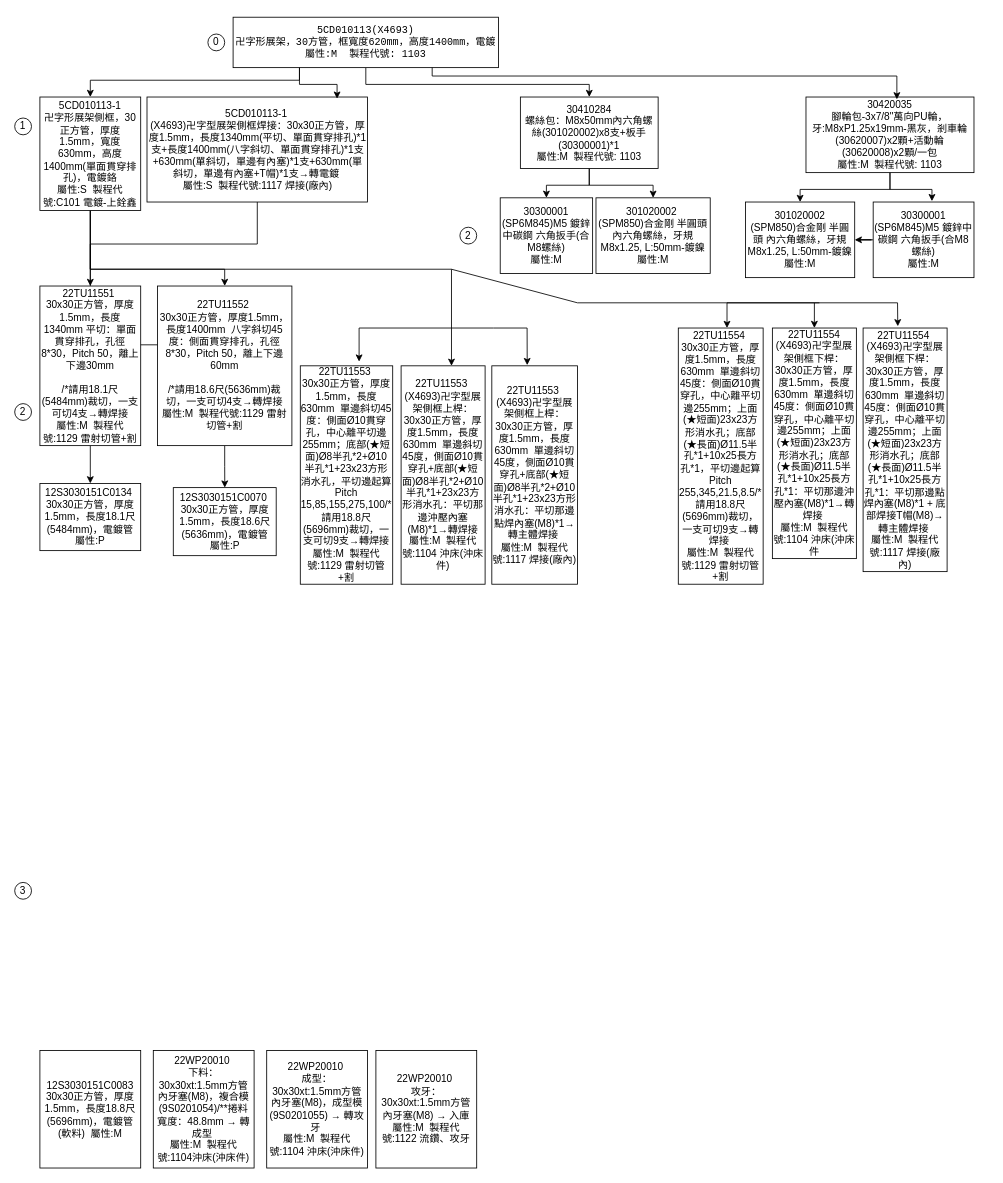
Bear9501/box-1 keeps this draw.io diagram as 未命名绘图.drawio. Above is the earlier version. Source tidied: cells renumbered, new cells numbered last; positions are measured from the earlier drawing's top-left corner, leaving out a move shared by most shapes. Both pictures are drawn from the tidied source at 84%, with x=0, y=0 at pixel (14, 17).
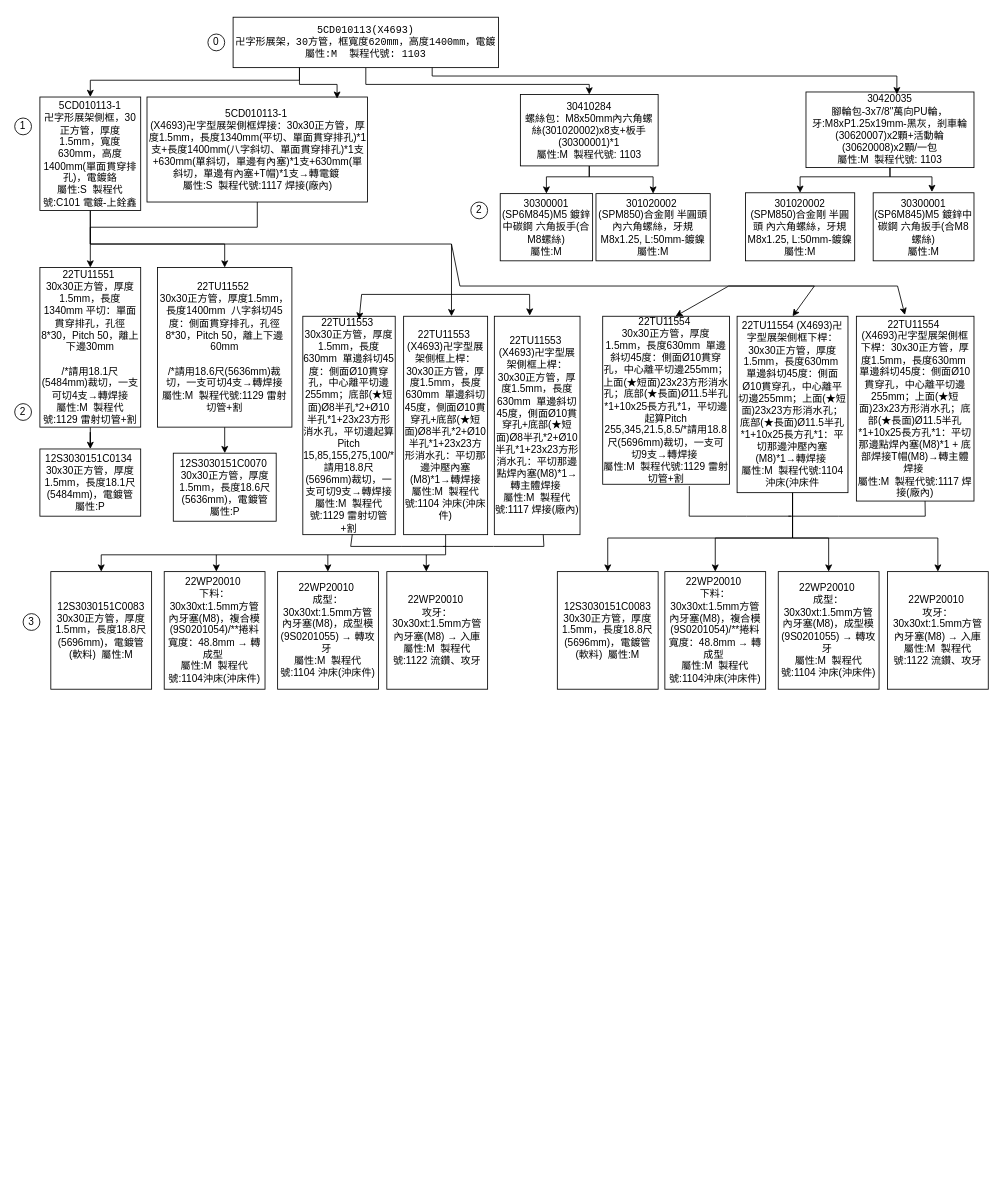
Above is the later version.

Commit message (it also covers changes not shown here):
更新未命名绘图.drawio

The change refers to these unchanged cells:
```xml
<mxCell id="8" value="5CD010113-1&lt;div&gt;卍字形展架側框，30正方管，厚度1.5mm，寬度630mm，高度1400mm(單面貫穿排孔)，電鍍鉻&lt;br&gt;&lt;/div&gt;&lt;div&gt;屬性:S&amp;nbsp; 製程代號:C101 電鍍-上銓鑫&lt;br&gt;&lt;/div&gt;" style="rounded=0;whiteSpace=wrap;html=1;" parent="1" vertex="1">
  <mxGeometry x="30" y="95" width="120" height="135" as="geometry" />
</mxCell>
<mxCell id="35" value="5CD010113-1&amp;nbsp;&lt;div&gt;(X4693)卍字型展架側框焊接：30x30正方管，厚度1.5mm，長度1340mm(平切、單面貫穿排孔)*1支+長度1400mm(八字斜切、單面貫穿排孔)*1支+630mm(單斜切，單邊有內塞)*1支+630mm(單斜切，單邊有內塞+T帽)*1支→轉電鍍&amp;nbsp;&lt;/div&gt;&lt;div&gt;屬性:S&amp;nbsp; 製程代號:1117 焊接(廠內)&lt;/div&gt;" style="rounded=0;whiteSpace=wrap;html=1;" parent="1" vertex="1">
  <mxGeometry x="157.5" y="95" width="262.5" height="125" as="geometry" />
</mxCell>
```

Change to the diagram source:
```diff
@@
-    <mxCell id="5" style="edgeStyle=orthogonalEdgeStyle;rounded=0;jettySize=auto;html=1;entryX=0.5;entryY=0;entryDx=0;entryDy=0;" parent="1" edge="1" source="8" target="23">
-      <mxGeometry relative="1" as="geometry">
-        <Array as="points">
-          <mxPoint x="90" y="390" />
-          <mxPoint x="250" y="390" />
-        </Array>
-      </mxGeometry>
-    </mxCell>
     <mxCell id="6" style="edgeStyle=orthogonalEdgeStyle;rounded=0;jettySize=auto;html=1;entryX=0.5;entryY=0;entryDx=0;entryDy=0;" parent="1" edge="1" source="8" target="23">
       <mxGeometry relative="1" as="geometry">
         <Array as="points">
-          <mxPoint x="90" y="300" />
-          <mxPoint x="250" y="300" />
+          <mxPoint x="90" y="270" />
+          <mxPoint x="250" y="270" />
         </Array>
       </mxGeometry>
     </mxCell>
     <mxCell id="7" style="edgeStyle=orthogonalEdgeStyle;rounded=0;jettySize=auto;html=1;" parent="1" edge="1" source="8" target="32">
       <mxGeometry relative="1" as="geometry">
         <Array as="points">
-          <mxPoint x="90" y="300" />
-          <mxPoint x="520" y="300" />
+          <mxPoint x="90" y="270" />
+          <mxPoint x="520" y="270" />
         </Array>
       </mxGeometry>
     </mxCell>
@@
     <mxCell id="9" style="edgeStyle=orthogonalEdgeStyle;rounded=0;jettySize=auto;html=1;entryX=0.5;entryY=0;entryDx=0;entryDy=0;" parent="1" edge="1" source="11" target="17">
-      <mxGeometry relative="1" as="geometry" />
+      <mxGeometry relative="1" as="geometry">
+        <Array as="points">
+          <mxPoint x="684" y="190" />
+          <mxPoint x="760" y="190" />
+        </Array>
+      </mxGeometry>
     </mxCell>
     <mxCell id="10" style="edgeStyle=orthogonalEdgeStyle;rounded=0;jettySize=auto;html=1;entryX=0.5;entryY=0;entryDx=0;entryDy=0;" parent="1" edge="1" source="11" target="18">
-      <mxGeometry relative="1" as="geometry" />
+      <mxGeometry relative="1" as="geometry">
+        <Array as="points">
+          <mxPoint x="684" y="190" />
+          <mxPoint x="633" y="190" />
+        </Array>
+      </mxGeometry>
     </mxCell>
     <mxCell id="11" value="&lt;p&gt;30410284&lt;br&gt;螺絲包：M8x50mm內六角螺絲(301020002)x8支+板手(30300001)*1&lt;br&gt;屬性:M&amp;nbsp; 製程代號: 1103&lt;/p&gt;" style="rounded=0;whiteSpace=wrap;html=1;" parent="1" vertex="1">
-      <mxGeometry x="602" y="95" width="164" height="85" as="geometry" />
+      <mxGeometry x="602" y="92" width="164" height="85" as="geometry" />
     </mxCell>
     <mxCell id="12" style="edgeStyle=orthogonalEdgeStyle;rounded=0;jettySize=auto;html=1;exitX=0.5;exitY=1;exitDx=0;exitDy=0;entryX=0.5;entryY=0;entryDx=0;entryDy=0;" parent="1" edge="1" source="13" target="14">
-      <mxGeometry relative="1" as="geometry" />
+      <mxGeometry relative="1" as="geometry">
+        <Array as="points">
+          <mxPoint x="1042" y="190" />
+          <mxPoint x="935" y="190" />
+        </Array>
+      </mxGeometry>
     </mxCell>
     <mxCell id="13" value="30420035&lt;div&gt;腳輪包-3x7/8&quot;萬向PU輪，牙:M8xP1.25x19mm-黑灰，剎車輪(30620007)x2顆+活動輪(30620008)x2顆/一包&lt;br&gt;&lt;/div&gt;&lt;div&gt;屬性:M&amp;nbsp; 製程代號: 1103&lt;br&gt;&lt;/div&gt;" style="rounded=0;whiteSpace=wrap;html=1;" parent="1" vertex="1">
-      <mxGeometry x="942" y="95" width="200" height="90" as="geometry" />
+      <mxGeometry x="942" y="89" width="200" height="90" as="geometry" />
     </mxCell>
     <mxCell id="14" value="301020002&lt;div&gt;(SPM850)合金剛 半圓頭 內六角螺絲，牙規M8x1.25, L:50mm-鍍鎳&lt;br&gt;&lt;/div&gt;&lt;div&gt;屬性:M&lt;br&gt;&lt;/div&gt;" style="rounded=0;whiteSpace=wrap;html=1;" parent="1" vertex="1">
-      <mxGeometry x="870" y="220" width="130" height="90" as="geometry" />
+      <mxGeometry x="870" y="209" width="130" height="81" as="geometry" />
     </mxCell>
-    <mxCell id="15" style="edgeStyle=orthogonalEdgeStyle;rounded=0;jettySize=auto;html=1;" parent="1" edge="1" source="16" target="14">
-      <mxGeometry relative="1" as="geometry" />
-    </mxCell>
     <mxCell id="16" value="30300001&lt;div&gt;(SP6M845)M5 鍍鋅中碳鋼 六角扳手(合M8螺絲)&lt;br&gt;&lt;/div&gt;&lt;div&gt;屬性:M&lt;br&gt;&lt;/div&gt;" style="rounded=0;whiteSpace=wrap;html=1;" parent="1" vertex="1">
-      <mxGeometry x="1022" y="220" width="120" height="90" as="geometry" />
+      <mxGeometry x="1022" y="209" width="120" height="81" as="geometry" />
     </mxCell>
     <mxCell id="17" value="301020002&amp;nbsp;&lt;div&gt;(SPM850)合金剛 半圓頭 內六角螺絲，牙規M8x1.25, L:50mm-鍍鎳&lt;/div&gt;&lt;div&gt;屬性:M&lt;br&gt;&lt;/div&gt;" style="rounded=0;whiteSpace=wrap;html=1;" parent="1" vertex="1">
-      <mxGeometry x="692" y="215" width="136" height="90" as="geometry" />
+      <mxGeometry x="692" y="210" width="136" height="80" as="geometry" />
     </mxCell>
     <mxCell id="18" value="30300001 (SP6M845)M5 鍍鋅中碳鋼 六角扳手(合M8螺絲)&lt;div&gt;屬性:M&lt;br&gt;&lt;/div&gt;" style="rounded=0;whiteSpace=wrap;html=1;" parent="1" vertex="1">
-      <mxGeometry x="578" y="215" width="110" height="90" as="geometry" />
+      <mxGeometry x="578" y="210" width="110" height="80" as="geometry" />
     </mxCell>
     <mxCell id="19" style="edgeStyle=orthogonalEdgeStyle;rounded=0;jettySize=auto;html=1;entryX=0.583;entryY=-0.011;entryDx=0;entryDy=0;entryPerimeter=0;" parent="1" edge="1" source="13" target="16">
-      <mxGeometry relative="1" as="geometry" />
+      <mxGeometry relative="1" as="geometry">
+        <Array as="points">
+          <mxPoint x="1042" y="190" />
+          <mxPoint x="1092" y="190" />
+        </Array>
+      </mxGeometry>
     </mxCell>
@@
     <mxCell id="21" value="22TU11551&amp;nbsp;&lt;div&gt;30x30正方管，厚度1.5mm，長度1340mm 平切：單面貫穿排孔，孔徑8*30，Pitch 50，離上下邊30mm&lt;/div&gt;&lt;div&gt;&lt;br&gt;&lt;/div&gt;&lt;div&gt;/*&lt;span style=&quot;background-color: initial;&quot;&gt;請用18.1尺(5484mm)裁切，一支可切4支→轉焊接&lt;/span&gt;&lt;/div&gt;&lt;div&gt;&lt;span style=&quot;background-color: initial;&quot;&gt;屬性:M&amp;nbsp; 製程代號:1129 雷射切管+割&lt;/span&gt;&lt;/div&gt;" style="rounded=0;whiteSpace=wrap;html=1;" parent="1" vertex="1">
-      <mxGeometry x="30" y="320" width="120" height="190" as="geometry" />
+      <mxGeometry x="30" y="298" width="120" height="190" as="geometry" />
     </mxCell>
@@
     <mxCell id="23" value="22TU11552&amp;nbsp;&lt;div&gt;30x30正方管，厚度1.5mm，長度1400mm&amp;nbsp; 八字斜切45度：側面貫穿排孔，孔徑8*30，Pitch 50，離上下邊60mm&lt;/div&gt;&lt;div&gt;&lt;br&gt;&lt;/div&gt;&lt;div&gt;/*&lt;span style=&quot;background-color: initial;&quot;&gt;請用18.6尺(5636mm)裁切，一支可切4支→轉焊接&lt;/span&gt;&lt;/div&gt;&lt;div&gt;&lt;span style=&quot;background-color: initial;&quot;&gt;屬性:M&amp;nbsp; 製程代號:1129 雷射切管+割&lt;/span&gt;&lt;/div&gt;" style="rounded=0;whiteSpace=wrap;html=1;" parent="1" vertex="1">
-      <mxGeometry x="170" y="320" width="160" height="190" as="geometry" />
+      <mxGeometry x="170" y="298" width="160" height="190" as="geometry" />
     </mxCell>
     <mxCell id="24" value="12S3030151C0134&amp;nbsp;&lt;div&gt;30x30正方管，厚度1.5mm，長度18.1尺(5484mm)，電鍍管&lt;/div&gt;&lt;div&gt;屬性:P&lt;/div&gt;" style="rounded=0;whiteSpace=wrap;html=1;align=center;" parent="1" vertex="1">
-      <mxGeometry x="30" y="555" width="120" height="80" as="geometry" />
+      <mxGeometry x="30" y="514" width="120" height="80" as="geometry" />
     </mxCell>
     <mxCell id="25" value="12S3030151C0070&amp;nbsp;&lt;div&gt;30x30正方管，厚度1.5mm，長度18.6尺(5636mm)，電鍍管&lt;/div&gt;&lt;div&gt;屬性:P&lt;/div&gt;" style="rounded=0;whiteSpace=wrap;html=1;" parent="1" vertex="1">
-      <mxGeometry x="188.8" y="560" width="122.5" height="81" as="geometry" />
+      <mxGeometry x="188.8" y="519" width="122.5" height="81" as="geometry" />
     </mxCell>
@@
     <mxCell id="28" value="2" style="ellipse;whiteSpace=wrap;html=1;" parent="1" vertex="1">
-      <mxGeometry x="530" y="250" width="20" height="20" as="geometry" />
+      <mxGeometry x="543" y="220" width="20" height="20" as="geometry" />
     </mxCell>
@@
     <mxCell id="30" value="3" style="ellipse;whiteSpace=wrap;html=1;" parent="1" vertex="1">
-      <mxGeometry y="1030" width="20" height="20" as="geometry" />
+      <mxGeometry x="10" y="710" width="20" height="20" as="geometry" />
     </mxCell>
     <mxCell id="31" value="&lt;div&gt;22TU11553&amp;nbsp;&lt;/div&gt;&lt;div&gt;30x30正方管，厚度1.5mm，長度630mm&amp;nbsp; 單邊斜切45度：側面Ø10貫穿孔，中心離平切邊255mm；底部(★短面)Ø8半孔*2+Ø10半孔*1+23x23方形消水孔，平切邊起算Pitch 15,85,155,275,100/*請用18.8尺(5696mm)裁切，一支可切9支→轉焊接 屬性:M&amp;nbsp; 製程代號:1129 雷射切管+割&lt;/div&gt;" style="rounded=0;whiteSpace=wrap;html=1;align=center;" parent="1" vertex="1">
-      <mxGeometry x="340" y="415" width="110" height="260" as="geometry" />
+      <mxGeometry x="343" y="356" width="110" height="260" as="geometry" />
     </mxCell>
+    <mxCell id="50" style="edgeStyle=orthogonalEdgeStyle;rounded=0;jettySize=auto;html=1;entryX=0.5;entryY=0;entryDx=0;entryDy=0;" parent="1" edge="1" source="32" target="41">
+      <mxGeometry relative="1" as="geometry">
+        <Array as="points">
+          <mxPoint x="513" y="640" />
+          <mxPoint x="103" y="640" />
+        </Array>
+      </mxGeometry>
+    </mxCell>
     <mxCell id="32" value="22TU11553&amp;nbsp;&lt;div&gt;(X4693)卍字型展架側框上桿：30x30正方管，厚度1.5mm，長度630mm&amp;nbsp; 單邊斜切45度，側面Ø10貫穿孔+底部(★短面)Ø8半孔*2+Ø10半孔*1+23x23方形消水孔：平切那邊沖壓內塞(M8)*1→轉焊接 屬性:M&amp;nbsp; 製程代號:1104 沖床(沖床件)&lt;/div&gt;" style="rounded=0;whiteSpace=wrap;html=1;" parent="1" vertex="1">
-      <mxGeometry x="460" y="415" width="100" height="260" as="geometry" />
+      <mxGeometry x="463" y="356" width="100" height="260" as="geometry" />
     </mxCell>
     <mxCell id="33" value="22TU11553&amp;nbsp;&lt;div&gt;(X4693)卍字型展架側框上桿：30x30正方管，厚度1.5mm，長度630mm&amp;nbsp; 單邊斜切45度，側面Ø10貫穿孔+底部(★短面)Ø8半孔*2+Ø10半孔*1+23x23方形消水孔：平切那邊點焊內塞(M8)*1→轉主體焊接&amp;nbsp;&lt;/div&gt;&lt;div&gt;屬性:M&amp;nbsp; 製程代號:1117 焊接(廠內)&lt;/div&gt;" style="rounded=0;whiteSpace=wrap;html=1;" parent="1" vertex="1">
-      <mxGeometry x="568" y="415" width="102" height="260" as="geometry" />
+      <mxGeometry x="571" y="356" width="102" height="260" as="geometry" />
     </mxCell>
     <mxCell id="34" style="edgeStyle=orthogonalEdgeStyle;rounded=0;jettySize=auto;html=1;entryX=0.5;entryY=0;entryDx=0;entryDy=0;" parent="1" edge="1" source="35" target="21">
       <mxGeometry relative="1" as="geometry">
         <Array as="points">
-          <mxPoint x="289" y="270" />
-          <mxPoint x="90" y="270" />
+          <mxPoint x="289" y="250" />
+          <mxPoint x="90" y="250" />
         </Array>
       </mxGeometry>
     </mxCell>
@@
     <mxCell id="38" value="&lt;div&gt;22TU11554&amp;nbsp;&lt;/div&gt;&lt;div&gt;30x30正方管，厚度1.5mm，長度630mm&amp;nbsp; 單邊斜切45度：側面Ø10貫穿孔，中心離平切邊255mm；上面(★短面)23x23方形消水孔；底部(★長面)Ø11.5半孔*1+10x25長方孔*1，平切邊起算Pitch 255,345,21.5,8.5/*請用18.8尺(5696mm)裁切，一支可切9支→轉焊接&amp;nbsp;&lt;/div&gt;&lt;div&gt;屬性:M&amp;nbsp; 製程代號:1129 雷射切管+割&lt;/div&gt;" style="rounded=0;whiteSpace=wrap;html=1;" parent="1" vertex="1">
-      <mxGeometry x="790" y="370" width="101" height="305" as="geometry" />
+      <mxGeometry x="700" y="356" width="151" height="200" as="geometry" />
     </mxCell>
+    <mxCell id="51" style="edgeStyle=orthogonalEdgeStyle;rounded=0;jettySize=auto;html=1;" parent="1" edge="1" source="39" target="60">
+      <mxGeometry relative="1" as="geometry">
+        <Array as="points">
+          <mxPoint x="926" y="620" />
+          <mxPoint x="706" y="620" />
+        </Array>
+      </mxGeometry>
+    </mxCell>
+    <mxCell id="52" style="edgeStyle=orthogonalEdgeStyle;rounded=0;jettySize=auto;html=1;entryX=0.5;entryY=0;entryDx=0;entryDy=0;" parent="1" edge="1" source="39" target="62">
+      <mxGeometry relative="1" as="geometry">
+        <Array as="points">
+          <mxPoint x="926" y="620" />
+          <mxPoint x="969" y="620" />
+        </Array>
+      </mxGeometry>
+    </mxCell>
+    <mxCell id="53" style="edgeStyle=orthogonalEdgeStyle;rounded=0;jettySize=auto;html=1;" parent="1" edge="1" source="39" target="63">
+      <mxGeometry relative="1" as="geometry">
+        <Array as="points">
+          <mxPoint x="926" y="620" />
+          <mxPoint x="1099" y="620" />
+        </Array>
+      </mxGeometry>
+    </mxCell>
+    <mxCell id="54" style="edgeStyle=orthogonalEdgeStyle;rounded=0;jettySize=auto;html=1;entryX=0.5;entryY=0;entryDx=0;entryDy=0;" parent="1" edge="1" source="39" target="61">
+      <mxGeometry relative="1" as="geometry">
+        <Array as="points">
+          <mxPoint x="926" y="620" />
+          <mxPoint x="834" y="620" />
+        </Array>
+      </mxGeometry>
+    </mxCell>
     <mxCell id="39" value="&lt;div&gt;22TU11554 (X4693)卍字型展架側框下桿：30x30正方管，厚度1.5mm，長度630mm&amp;nbsp; 單邊斜切45度：側面Ø10貫穿孔，中心離平切邊255mm；上面(★短面)23x23方形消水孔；底部(★長面)Ø11.5半孔*1+10x25長方孔*1：平切那邊沖壓內塞(M8)*1→轉焊接&amp;nbsp;&lt;/div&gt;&lt;div&gt;屬性:M&amp;nbsp; 製程代號:1104 沖床(沖床件&lt;/div&gt;" style="rounded=0;whiteSpace=wrap;html=1;" parent="1" vertex="1">
-      <mxGeometry x="902" y="370" width="100" height="274.5" as="geometry" />
+      <mxGeometry x="860" y="356" width="132" height="210" as="geometry" />
     </mxCell>
     <mxCell id="40" value="22TU11554&amp;nbsp;&lt;div&gt;(X4693)卍字型展架側框下桿：30x30正方管，厚度1.5mm，長度630mm&amp;nbsp; 單邊斜切45度：側面Ø10貫穿孔，中心離平切邊255mm；上面(★短面)23x23方形消水孔；底部(★長面)Ø11.5半孔*1+10x25長方孔*1：平切那邊點焊內塞(M8)*1 + 底部焊接T帽(M8)→轉主體焊接&amp;nbsp;&lt;/div&gt;&lt;div&gt;屬性:M&amp;nbsp; 製程代號:1117 焊接(廠內)&lt;/div&gt;" style="rounded=0;whiteSpace=wrap;html=1;" parent="1" vertex="1">
-      <mxGeometry x="1010" y="370" width="100" height="290" as="geometry" />
+      <mxGeometry x="1002" y="356" width="140" height="220" as="geometry" />
     </mxCell>
     <mxCell id="41" value="12S3030151C0083&lt;div&gt;30x30正方管，厚度1.5mm，長度18.8尺(5696mm)，電鍍管(軟料)&amp;nbsp;&amp;nbsp;屬性:M&lt;br&gt;&lt;/div&gt;" style="rounded=0;whiteSpace=wrap;html=1;" parent="1" vertex="1">
-      <mxGeometry x="30" y="1230" width="120" height="140" as="geometry" />
+      <mxGeometry x="43" y="660" width="120" height="140" as="geometry" />
     </mxCell>
     <mxCell id="42" value="22WP20010&amp;nbsp;&lt;div&gt;下料：30x30xt:1.5mm方管內牙塞(M8)，複合模(9S0201054)/**捲料寬度：48.8mm → 轉成型&amp;nbsp;&lt;/div&gt;&lt;div&gt;屬性:M&amp;nbsp; 製程代號:1104沖床(沖床件)&lt;/div&gt;" style="rounded=0;whiteSpace=wrap;html=1;" parent="1" vertex="1">
-      <mxGeometry x="165" y="1230" width="120" height="140" as="geometry" />
+      <mxGeometry x="178" y="660" width="120" height="140" as="geometry" />
     </mxCell>
     <mxCell id="43" value="22WP20010&amp;nbsp;&lt;div&gt;成型：30x30xt:1.5mm方管內牙塞(M8)，成型模(9S0201055) → 轉攻牙&amp;nbsp;&lt;/div&gt;&lt;div&gt;屬性:M&amp;nbsp; 製程代號:1104 沖床(沖床件)&lt;/div&gt;" style="rounded=0;whiteSpace=wrap;html=1;" parent="1" vertex="1">
-      <mxGeometry x="300" y="1230" width="120" height="140" as="geometry" />
+      <mxGeometry x="313" y="660" width="120" height="140" as="geometry" />
     </mxCell>
     <mxCell id="44" value="22WP20010&amp;nbsp;&lt;div&gt;攻牙：30x30xt:1.5mm方管內牙塞(M8) → 入庫 屬性:M&amp;nbsp; 製程代號:1122 流鑽、攻牙&lt;/div&gt;" style="rounded=0;whiteSpace=wrap;html=1;" parent="1" vertex="1">
-      <mxGeometry x="430" y="1230" width="120" height="140" as="geometry" />
+      <mxGeometry x="443" y="660" width="120" height="140" as="geometry" />
     </mxCell>
     <mxCell id="45" style="endArrow=classic;html=1;rounded=0;entryX=0.413;entryY=-0.007;entryDx=0;entryDy=0;entryPerimeter=0;" parent="1" edge="1" target="40">
       <mxGeometry relative="1" as="geometry">
-        <mxPoint x="952" y="340" as="sourcePoint" />
+        <mxPoint x="950" y="320" as="sourcePoint" />
         <Array as="points">
-          <mxPoint x="1051" y="340" />
+          <mxPoint x="1051" y="320" />
         </Array>
       </mxGeometry>
     </mxCell>
     <mxCell id="46" style="endArrow=classic;html=1;rounded=0;entryX=0.574;entryY=0;entryDx=0;entryDy=0;entryPerimeter=0;" parent="1" edge="1" target="38">
       <mxGeometry relative="1" as="geometry">
-        <mxPoint x="958" y="340" as="sourcePoint" />
+        <mxPoint x="950" y="320" as="sourcePoint" />
         <Array as="points">
-          <mxPoint x="848" y="340" />
+          <mxPoint x="850" y="320" />
         </Array>
       </mxGeometry>
     </mxCell>
     <mxCell id="47" style="endArrow=classic;html=1;rounded=0;entryX=0.413;entryY=-0.003;entryDx=0;entryDy=0;entryPerimeter=0;" parent="1" edge="1" target="33">
       <mxGeometry relative="1" as="geometry">
-        <mxPoint x="520" y="370" as="sourcePoint" />
+        <mxPoint x="523" y="330" as="sourcePoint" />
         <Array as="points">
-          <mxPoint x="570" y="370" />
-          <mxPoint x="610" y="370" />
+          <mxPoint x="573" y="330" />
+          <mxPoint x="613" y="330" />
         </Array>
       </mxGeometry>
     </mxCell>
     <mxCell id="48" style="endArrow=classic;html=1;rounded=0;" parent="1" edge="1">
       <mxGeometry relative="1" as="geometry">
-        <mxPoint x="520" y="370" as="sourcePoint" />
-        <mxPoint x="410" y="410" as="targetPoint" />
+        <mxPoint x="523" y="330" as="sourcePoint" />
+        <mxPoint x="410" y="360" as="targetPoint" />
         <Array as="points">
-          <mxPoint x="410" y="370" />
+          <mxPoint x="413" y="330" />
         </Array>
       </mxGeometry>
     </mxCell>
     <mxCell id="49" style="endArrow=classic;html=1;rounded=0;entryX=0.5;entryY=0;entryDx=0;entryDy=0;" parent="1" edge="1" target="39">
       <mxGeometry relative="1" as="geometry">
-        <mxPoint x="520" y="300" as="sourcePoint" />
+        <mxPoint x="520" y="270" as="sourcePoint" />
         <Array as="points">
-          <mxPoint x="670" y="340" />
-          <mxPoint x="952" y="340" />
+          <mxPoint x="530" y="320" />
+          <mxPoint x="952" y="320" />
         </Array>
       </mxGeometry>
     </mxCell>
+    <mxCell id="55" style="endArrow=none;html=1;rounded=0;" parent="1" edge="1" target="33">
+      <mxGeometry relative="1" as="geometry">
+        <mxPoint x="510" y="630" as="sourcePoint" />
+        <Array as="points">
+          <mxPoint x="570" y="630" />
+          <mxPoint x="630" y="630" />
+        </Array>
+      </mxGeometry>
+    </mxCell>
+    <mxCell id="56" style="endArrow=none;html=1;rounded=0;exitX=0.535;exitY=0.999;exitDx=0;exitDy=0;exitPerimeter=0;" parent="1" edge="1" source="31">
+      <mxGeometry relative="1" as="geometry">
+        <mxPoint x="513" y="630" as="targetPoint" />
+        <Array as="points">
+          <mxPoint x="400" y="630" />
+          <mxPoint x="460" y="630" />
+        </Array>
+      </mxGeometry>
+    </mxCell>
+    <mxCell id="57" style="endArrow=classic;html=1;rounded=0;entryX=0.517;entryY=0;entryDx=0;entryDy=0;entryPerimeter=0;" parent="1" edge="1" target="42">
+      <mxGeometry relative="1" as="geometry">
+        <mxPoint x="240" y="640" as="sourcePoint" />
+      </mxGeometry>
+    </mxCell>
+    <mxCell id="58" style="endArrow=classic;html=1;rounded=0;" parent="1" edge="1">
+      <mxGeometry relative="1" as="geometry">
+        <mxPoint x="372.8" y="640" as="sourcePoint" />
+        <mxPoint x="372.8" y="660" as="targetPoint" />
+      </mxGeometry>
+    </mxCell>
+    <mxCell id="59" style="endArrow=classic;html=1;rounded=0;" parent="1" edge="1">
+      <mxGeometry relative="1" as="geometry">
+        <mxPoint x="490" y="640" as="sourcePoint" />
+        <mxPoint x="490" y="660" as="targetPoint" />
+      </mxGeometry>
+    </mxCell>
+    <mxCell id="60" value="12S3030151C0083&lt;div&gt;30x30正方管，厚度1.5mm，長度18.8尺(5696mm)，電鍍管(軟料)&amp;nbsp;&amp;nbsp;屬性:M&lt;br&gt;&lt;/div&gt;" style="rounded=0;whiteSpace=wrap;html=1;" parent="1" vertex="1">
+      <mxGeometry x="646" y="660" width="120" height="140" as="geometry" />
+    </mxCell>
+    <mxCell id="61" value="22WP20010&amp;nbsp;&lt;div&gt;下料：30x30xt:1.5mm方管內牙塞(M8)，複合模(9S0201054)/**捲料寬度：48.8mm → 轉成型&amp;nbsp;&lt;/div&gt;&lt;div&gt;屬性:M&amp;nbsp; 製程代號:1104沖床(沖床件)&lt;/div&gt;" style="rounded=0;whiteSpace=wrap;html=1;" parent="1" vertex="1">
+      <mxGeometry x="774" y="660" width="120" height="140" as="geometry" />
+    </mxCell>
+    <mxCell id="62" value="22WP20010&amp;nbsp;&lt;div&gt;成型：30x30xt:1.5mm方管內牙塞(M8)，成型模(9S0201055) → 轉攻牙&amp;nbsp;&lt;/div&gt;&lt;div&gt;屬性:M&amp;nbsp; 製程代號:1104 沖床(沖床件)&lt;/div&gt;" style="rounded=0;whiteSpace=wrap;html=1;" parent="1" vertex="1">
+      <mxGeometry x="909" y="660" width="120" height="140" as="geometry" />
+    </mxCell>
+    <mxCell id="63" value="22WP20010&amp;nbsp;&lt;div&gt;攻牙：30x30xt:1.5mm方管內牙塞(M8) → 入庫 屬性:M&amp;nbsp; 製程代號:1122 流鑽、攻牙&lt;/div&gt;" style="rounded=0;whiteSpace=wrap;html=1;" parent="1" vertex="1">
+      <mxGeometry x="1039" y="660" width="120" height="140" as="geometry" />
+    </mxCell>
+    <mxCell id="64" style="endArrow=none;html=1;rounded=0;entryX=0.584;entryY=1;entryDx=0;entryDy=0;entryPerimeter=0;" parent="1" edge="1" target="40">
+      <mxGeometry relative="1" as="geometry">
+        <mxPoint x="921" y="594" as="sourcePoint" />
+        <Array as="points">
+          <mxPoint x="981" y="594" />
+          <mxPoint x="1084" y="594" />
+        </Array>
+      </mxGeometry>
+    </mxCell>
+    <mxCell id="65" style="endArrow=none;html=1;rounded=0;exitX=0.683;exitY=1.011;exitDx=0;exitDy=0;exitPerimeter=0;" parent="1" edge="1" source="38">
+      <mxGeometry relative="1" as="geometry">
+        <mxPoint x="924" y="594" as="targetPoint" />
+        <Array as="points">
+          <mxPoint x="803" y="594" />
+          <mxPoint x="871" y="594" />
+        </Array>
+      </mxGeometry>
+    </mxCell>
```
